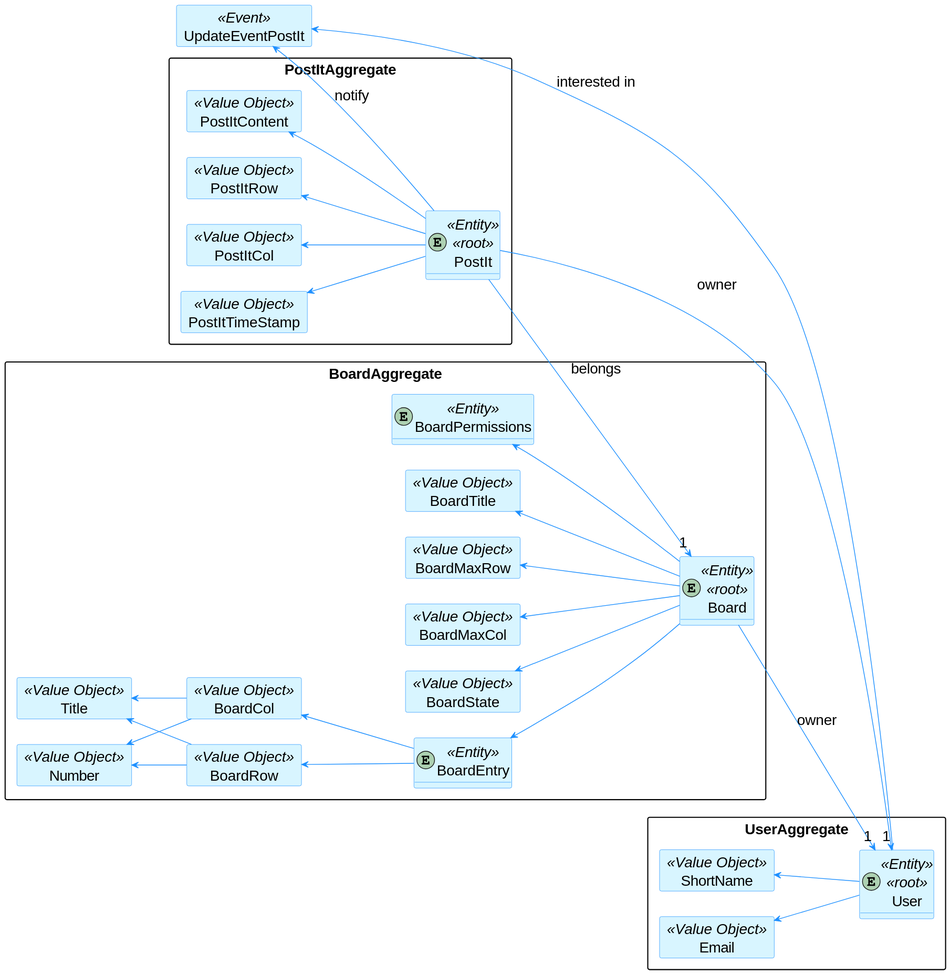
brunacosta03/sem4pi_22_23 keeps this PlantUML diagram as docs/1201205/Shared Boards.svg. Above is the earlier version.
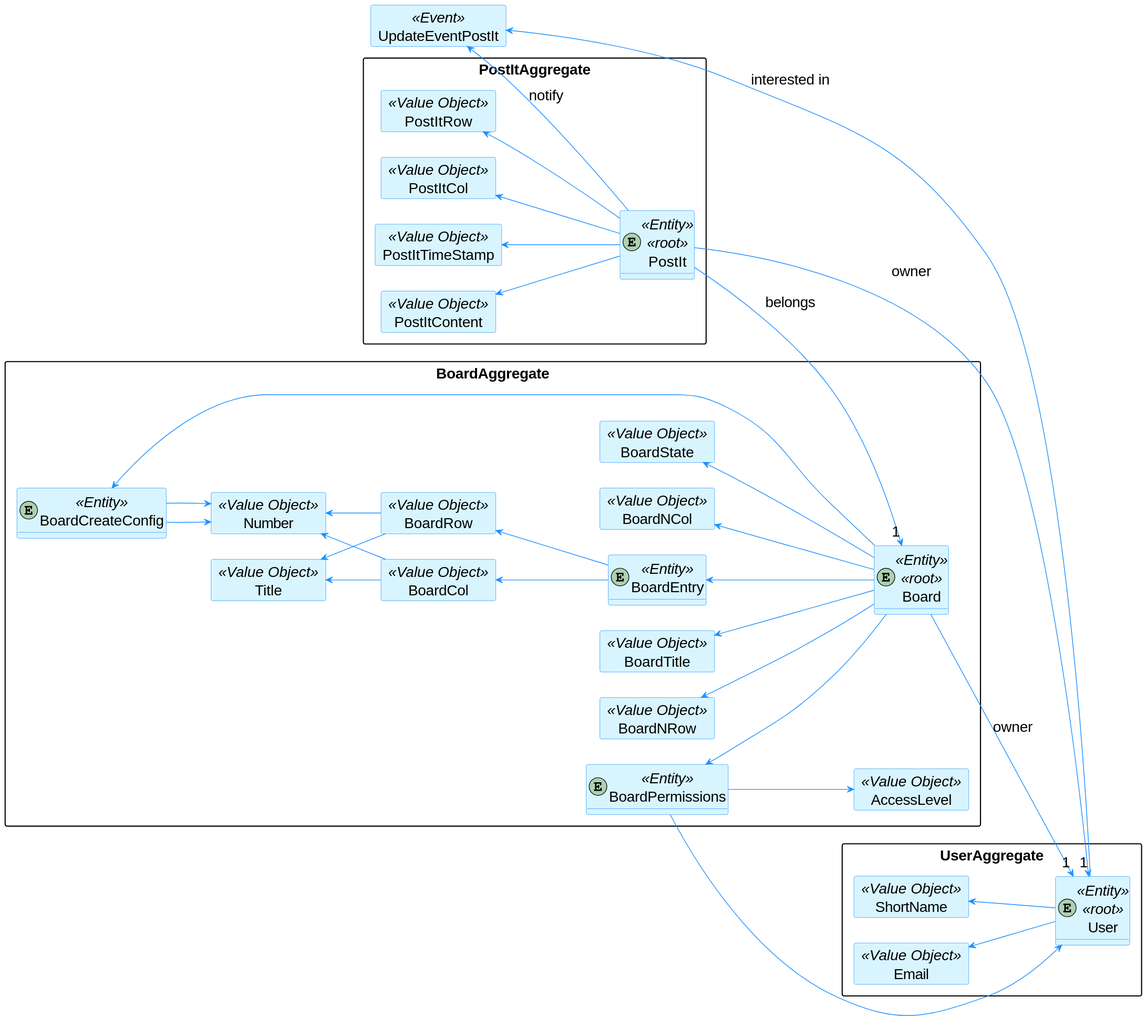
Above is the later version.

Commit message:
docs: add board create cofnig #2

Diff of the diagram source:
```diff
@@ -66,10 +66,10 @@
     card BoardTitle <<Value Object>>{
     }
 
-    card BoardMaxRow <<Value Object>>{
+    card BoardNRow <<Value Object>>{
     }
 
-    card BoardMaxCol <<Value Object>>{
+    card BoardNCol <<Value Object>>{
     }
 
     card BoardState <<Value Object>>{
@@ -82,8 +82,8 @@
     }
 
     BoardTitle <-- Board
-    BoardMaxRow <-- Board
-    BoardMaxCol <-- Board
+    BoardNRow <-- Board
+    BoardNCol <-- Board
     BoardState <-- Board
 
     entity BoardEntry <<Entity>>{
@@ -106,7 +106,18 @@
 
     entity BoardPermissions <<Entity>>
 
+    card AccessLevel <<Value Object>>{
+    }
+
     BoardPermissions <-- Board
+    BoardPermissions --> User
+    BoardPermissions --> AccessLevel
+
+    entity BoardCreateConfig <<Entity>>
+
+    BoardCreateConfig <-- Board
+    BoardCreateConfig --> Number
+    BoardCreateConfig --> Number
 }
 
 
```
